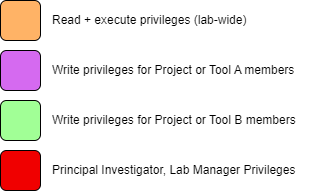
This is docs/_assets/hpc/Privileges_legend_transparent.drawio.png from NDCLab/wiki, a draw.io export, as it was before one commit. Source tidied: cells renumbered, new cells last; positions are measured from the earlier drawing's top-left corner, leaving out a move shared by most shapes.
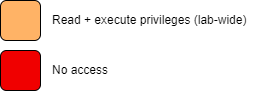
After the commit.

Commit message:
smaller pic, just read permissions on lab access pic might be clearer

The edit, as a diff of the source:
```diff
@@ -5,26 +5,14 @@
     <mxCell id="2" style="rounded=1;whiteSpace=wrap;html=1;fillColor=#FFB366;" parent="1" vertex="1">
       <mxGeometry width="40" height="40" as="geometry" />
     </mxCell>
-    <mxCell id="3" style="rounded=1;whiteSpace=wrap;html=1;fillColor=#D56AF0;" parent="1" vertex="1">
-      <mxGeometry y="50" width="40" height="40" as="geometry" />
-    </mxCell>
-    <mxCell id="4" style="rounded=1;whiteSpace=wrap;html=1;fillColor=#A1FF96;" parent="1" vertex="1">
-      <mxGeometry y="100" width="40" height="40" as="geometry" />
-    </mxCell>
     <mxCell id="5" style="rounded=1;whiteSpace=wrap;html=1;fillColor=#F00000;" parent="1" vertex="1">
-      <mxGeometry y="150" width="40" height="40" as="geometry" />
+      <mxGeometry y="50" width="40" height="40" as="geometry" />
     </mxCell>
     <mxCell id="6" value="Read + execute privileges (lab-wide)" style="text;html=1;align=left;verticalAlign=middle;strokeColor=none;fillColor=none;" parent="1" vertex="1">
       <mxGeometry x="50" y="5" width="220" height="30" as="geometry" />
     </mxCell>
-    <mxCell id="7" value="Write privileges for Project or Tool A members" style="text;html=1;align=left;verticalAlign=middle;strokeColor=none;fillColor=none;" parent="1" vertex="1">
-      <mxGeometry x="50" y="55" width="270" height="30" as="geometry" />
-    </mxCell>
-    <mxCell id="8" value="Write privileges for Project or Tool B members" style="text;html=1;align=left;verticalAlign=middle;strokeColor=none;fillColor=none;" parent="1" vertex="1">
-      <mxGeometry x="50" y="105" width="270" height="30" as="geometry" />
-    </mxCell>
-    <mxCell id="9" value="Principal Investigator, Lab Manager Privileges" style="text;html=1;align=left;verticalAlign=middle;strokeColor=none;fillColor=none;" parent="1" vertex="1">
-      <mxGeometry x="50" y="155" width="270" height="30" as="geometry" />
+    <mxCell id="9" value="No access" style="text;html=1;align=left;verticalAlign=middle;strokeColor=none;fillColor=none;" parent="1" vertex="1">
+      <mxGeometry x="50" y="55" width="80" height="30" as="geometry" />
     </mxCell>
   </root>
 </mxGraphModel>
```
